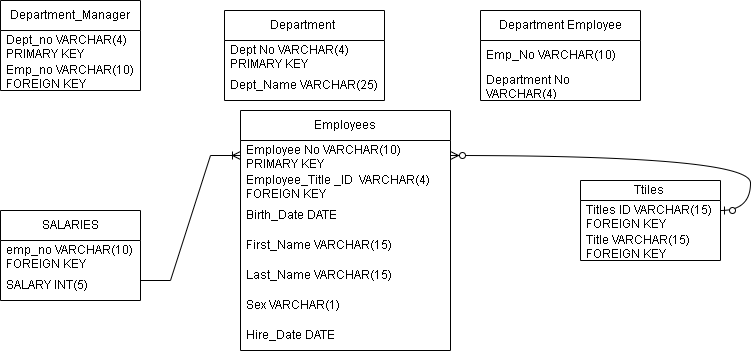
Before: Untitled Diagram.drawio.png, a diagram exported from draw.io (gv-priya/SQL-challenge). Source tidied: cells renumbered, new cells last; positions are measured from the earlier drawing's top-left corner, leaving out a move shared by most shapes.
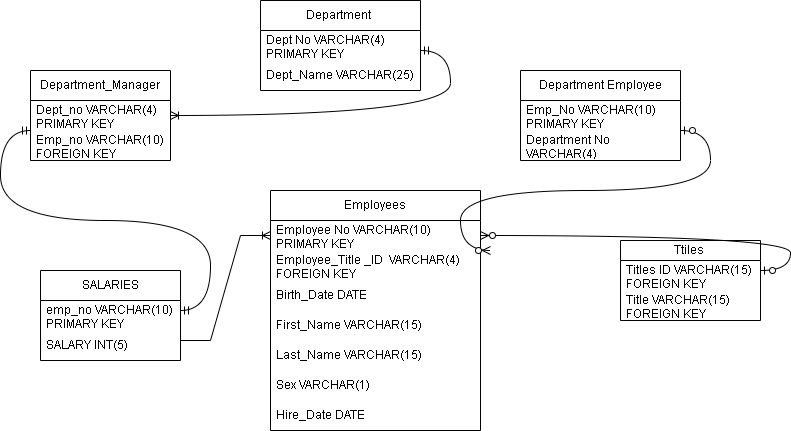
Later version of the same file.

Change to the diagram source:
```diff
@@ -3,7 +3,7 @@
     <mxCell id="0" />
     <mxCell id="1" parent="0" />
     <mxCell id="2" value="Department_Manager" style="swimlane;fontStyle=0;horizontal=1;startSize=30;whiteSpace=wrap;html=1;" parent="1" vertex="1">
-      <mxGeometry width="140" height="90" as="geometry" />
+      <mxGeometry x="-10" y="10" width="140" height="90" as="geometry" />
     </mxCell>
     <mxCell id="3" value="Dept_no VARCHAR(4) PRIMARY KEY" style="text;strokeColor=none;fillColor=none;align=left;verticalAlign=middle;spacingLeft=4;spacingRight=4;overflow=hidden;points=[[0,0.5],[1,0.5]];portConstraint=eastwest;whiteSpace=wrap;html=1;" parent="2" vertex="1">
       <mxGeometry y="30" width="140" height="30" as="geometry" />
@@ -12,7 +12,7 @@
       <mxGeometry y="60" width="140" height="30" as="geometry" />
     </mxCell>
     <mxCell id="5" value="Department&amp;nbsp;" style="swimlane;fontStyle=0;horizontal=1;startSize=30;whiteSpace=wrap;html=1;" parent="1" vertex="1">
-      <mxGeometry x="224" y="10" width="160" height="90" as="geometry" />
+      <mxGeometry x="220" y="-60" width="160" height="90" as="geometry" />
     </mxCell>
     <mxCell id="6" value="Dept No VARCHAR(4) PRIMARY KEY" style="text;strokeColor=none;fillColor=none;align=left;verticalAlign=middle;spacingLeft=4;spacingRight=4;overflow=hidden;whiteSpace=wrap;html=1;" parent="5" vertex="1">
       <mxGeometry y="30" width="160" height="30" as="geometry" />
@@ -23,14 +23,14 @@
     <mxCell id="8" value="Department Employee" style="swimlane;fontStyle=0;horizontal=1;startSize=30;whiteSpace=wrap;html=1;" parent="1" vertex="1">
       <mxGeometry x="480" y="10" width="160" height="90" as="geometry" />
     </mxCell>
-    <mxCell id="9" value="Emp_No VARCHAR(10)" style="text;strokeColor=none;fillColor=none;align=left;verticalAlign=middle;spacingLeft=4;spacingRight=4;overflow=hidden;whiteSpace=wrap;html=1;" parent="8" vertex="1">
+    <mxCell id="9" value="Emp_No VARCHAR(10) PRIMARY KEY" style="text;strokeColor=none;fillColor=none;align=left;verticalAlign=middle;spacingLeft=4;spacingRight=4;overflow=hidden;whiteSpace=wrap;html=1;" parent="8" vertex="1">
       <mxGeometry y="30" width="160" height="30" as="geometry" />
     </mxCell>
     <mxCell id="10" value="Department No VARCHAR(4)" style="text;strokeColor=none;fillColor=none;align=left;verticalAlign=middle;spacingLeft=4;spacingRight=4;overflow=hidden;whiteSpace=wrap;html=1;" parent="8" vertex="1">
       <mxGeometry y="60" width="160" height="30" as="geometry" />
     </mxCell>
     <mxCell id="11" value="Employees" style="swimlane;fontStyle=0;horizontal=1;startSize=30;whiteSpace=wrap;html=1;" parent="1" vertex="1">
-      <mxGeometry x="240" y="110" width="210" height="240" as="geometry" />
+      <mxGeometry x="230" y="130" width="210" height="240" as="geometry" />
     </mxCell>
     <mxCell id="12" value="Employee No VARCHAR(10)&amp;nbsp; PRIMARY KEY" style="text;strokeColor=none;fillColor=none;align=left;verticalAlign=middle;spacingLeft=4;spacingRight=4;overflow=hidden;points=[[0,0.5],[1,0.5]];portConstraint=eastwest;whiteSpace=wrap;html=1;" parent="11" vertex="1">
       <mxGeometry y="30" width="210" height="30" as="geometry" />
@@ -65,7 +65,7 @@
     <mxCell id="22" value="SALARIES" style="swimlane;fontStyle=0;horizontal=1;startSize=30;whiteSpace=wrap;html=1;" parent="1" vertex="1">
       <mxGeometry y="210" width="140" height="90" as="geometry" />
     </mxCell>
-    <mxCell id="23" value="emp_no VARCHAR(10) FOREIGN KEY" style="text;strokeColor=none;fillColor=none;align=left;verticalAlign=middle;spacingLeft=4;spacingRight=4;overflow=hidden;whiteSpace=wrap;html=1;" parent="22" vertex="1">
+    <mxCell id="23" value="emp_no VARCHAR(10) PRIMARY KEY" style="text;strokeColor=none;fillColor=none;align=left;verticalAlign=middle;spacingLeft=4;spacingRight=4;overflow=hidden;whiteSpace=wrap;html=1;" parent="22" vertex="1">
       <mxGeometry y="30" width="140" height="30" as="geometry" />
     </mxCell>
     <mxCell id="24" value="SALARY INT(5)" style="text;strokeColor=none;fillColor=none;align=left;verticalAlign=middle;spacingLeft=4;spacingRight=4;overflow=hidden;whiteSpace=wrap;html=1;" parent="22" vertex="1">
@@ -114,5 +114,30 @@
         </Array>
       </mxGeometry>
     </mxCell>
+    <mxCell id="27" style="edgeStyle=entityRelationEdgeStyle;fontSize=12;html=1;endArrow=ERmandOne;startArrow=ERmandOne;rounded=0;curved=1;" parent="1" edge="1">
+      <mxGeometry relative="1" as="geometry">
+        <mxPoint x="140" y="250" as="sourcePoint" />
+        <mxPoint x="-10" y="70" as="targetPoint" />
+      </mxGeometry>
+    </mxCell>
+    <mxCell id="28" style="edgeStyle=entityRelationEdgeStyle;fontSize=12;html=1;endArrow=ERoneToMany;startArrow=ERmandOne;rounded=0;curved=1;" parent="1" edge="1" target="3">
+      <mxGeometry relative="1" as="geometry">
+        <mxPoint x="380" y="-10" as="sourcePoint" />
+      </mxGeometry>
+    </mxCell>
+    <mxCell id="29" style="edgeStyle=entityRelationEdgeStyle;fontSize=12;html=1;endArrow=ERzeroToMany;startArrow=ERzeroToOne;rounded=0;curved=1;" parent="1" edge="1">
+      <mxGeometry relative="1" as="geometry">
+        <mxPoint x="640" y="70" as="sourcePoint" />
+        <mxPoint x="450" y="190" as="targetPoint" />
+        <Array as="points">
+          <mxPoint x="710" y="80" />
+          <mxPoint x="530" y="160" />
+          <mxPoint x="640" y="140" />
+          <mxPoint x="510" y="180" />
+          <mxPoint x="720" y="90" />
+          <mxPoint x="680" y="120" />
+        </Array>
+      </mxGeometry>
+    </mxCell>
   </root>
 </mxGraphModel>
```
